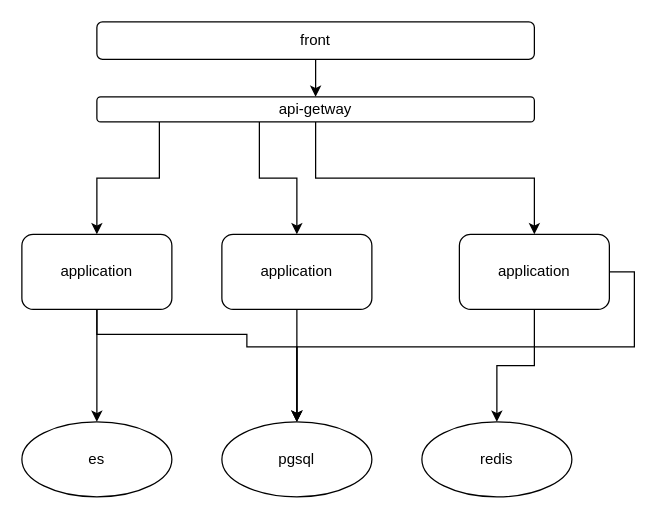
Before: datastory.drawio in code-livestock/drawio, a draw.io diagram. Source tidied: cells renumbered, new cells numbered last; positions are measured from the earlier drawing's top-left corner, leaving out a move shared by most shapes. Both pictures are drawn from the tidied source at 125%, with x=0, y=0 at pixel (21, 21).
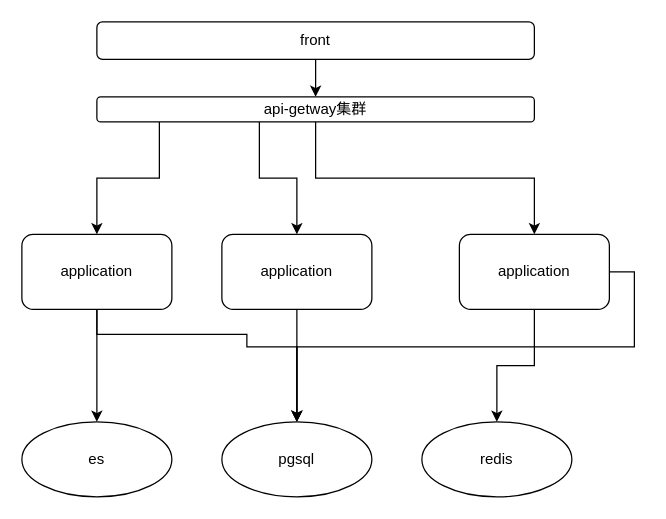
The same diagram, later.

What changed in the source:
```diff
@@
-    <mxCell id="7" value="api-getway" style="rounded=1;whiteSpace=wrap;html=1;" parent="1" vertex="1">
+    <mxCell id="7" value="api-getway集群" style="rounded=1;whiteSpace=wrap;html=1;" parent="1" vertex="1">
       <mxGeometry x="60" y="60" width="350" height="20" as="geometry" />
     </mxCell>
```
